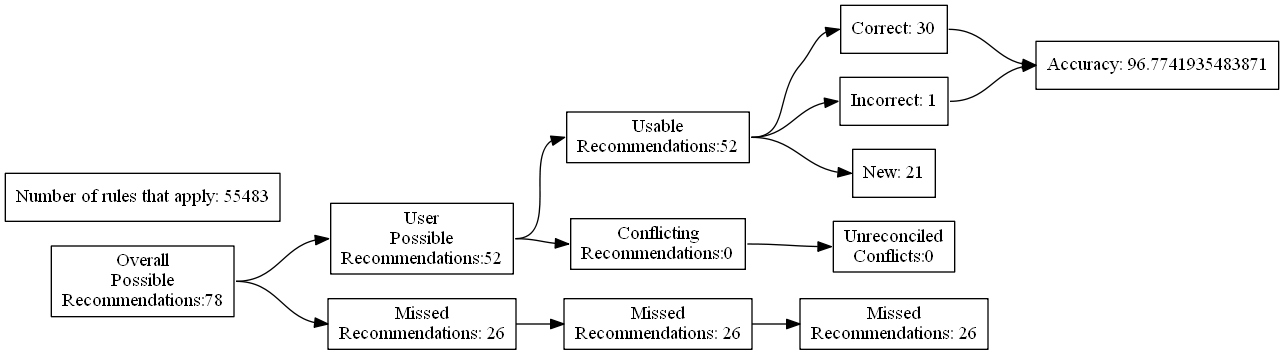
Before: test_renders/91.gv.png, a diagram exported from Graphviz (ZaxR/ibd_diet_analysis). Its source is kept beside it as test_renders/91.gv.
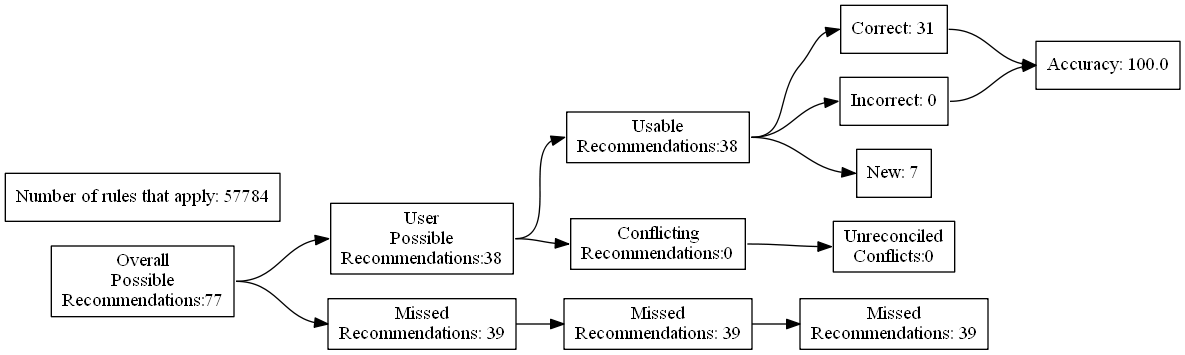
After the commit.

Diff of the diagram source:
```diff
@@ -4,27 +4,27 @@
 	edge [headport=w tailport=e]
 		A [label="Overall
 Possible
-Recommendations:78"]
+Recommendations:77"]
 		B [label="User
 Possible
-Recommendations:52"]
+Recommendations:38"]
 		C [label="Missed
-Recommendations: 26"]
+Recommendations: 39"]
 		D [label="Usable
-Recommendations:52"]
+Recommendations:38"]
 		E [label="Conflicting
 Recommendations:0"]
 		J [label="Missed
-Recommendations: 26"]
+Recommendations: 39"]
 		M [label="Unreconciled
 Conflicts:0"]
-		F [label="Correct: 30"]
-		G [label="Incorrect: 1"]
-		H [label="New: 21"]
+		F [label="Correct: 31"]
+		G [label="Incorrect: 0"]
+		H [label="New: 7"]
 		K [label="Missed
-Recommendations: 26"]
-		I [label="Accuracy: 96.7741935483871"]
-		l [label="Number of rules that apply: 55483"]
+Recommendations: 39"]
+		I [label="Accuracy: 100.0"]
+		l [label="Number of rules that apply: 57784"]
 			A -> B
 			A -> C
 			B -> D
```
